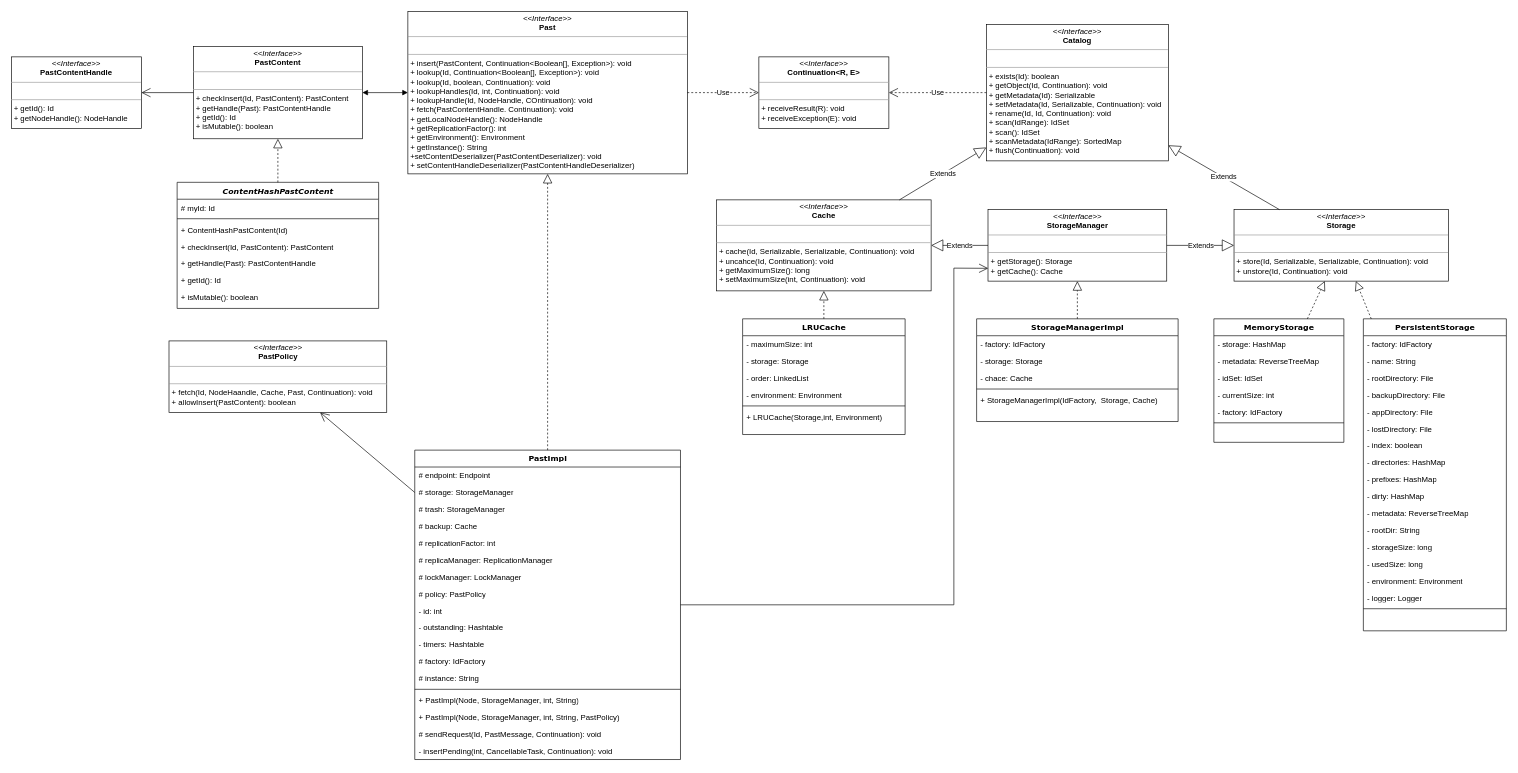
The draw.io diagram PastryPast.drawio in OneOverThree/PastryTest, before the edit. Source tidied: cells renumbered, new cells numbered last; positions are measured from the earlier drawing's top-left corner, leaving out a move shared by most shapes. Both pictures are drawn from the tidied source at 65%, with x=0, y=0 at pixel (11, 11).
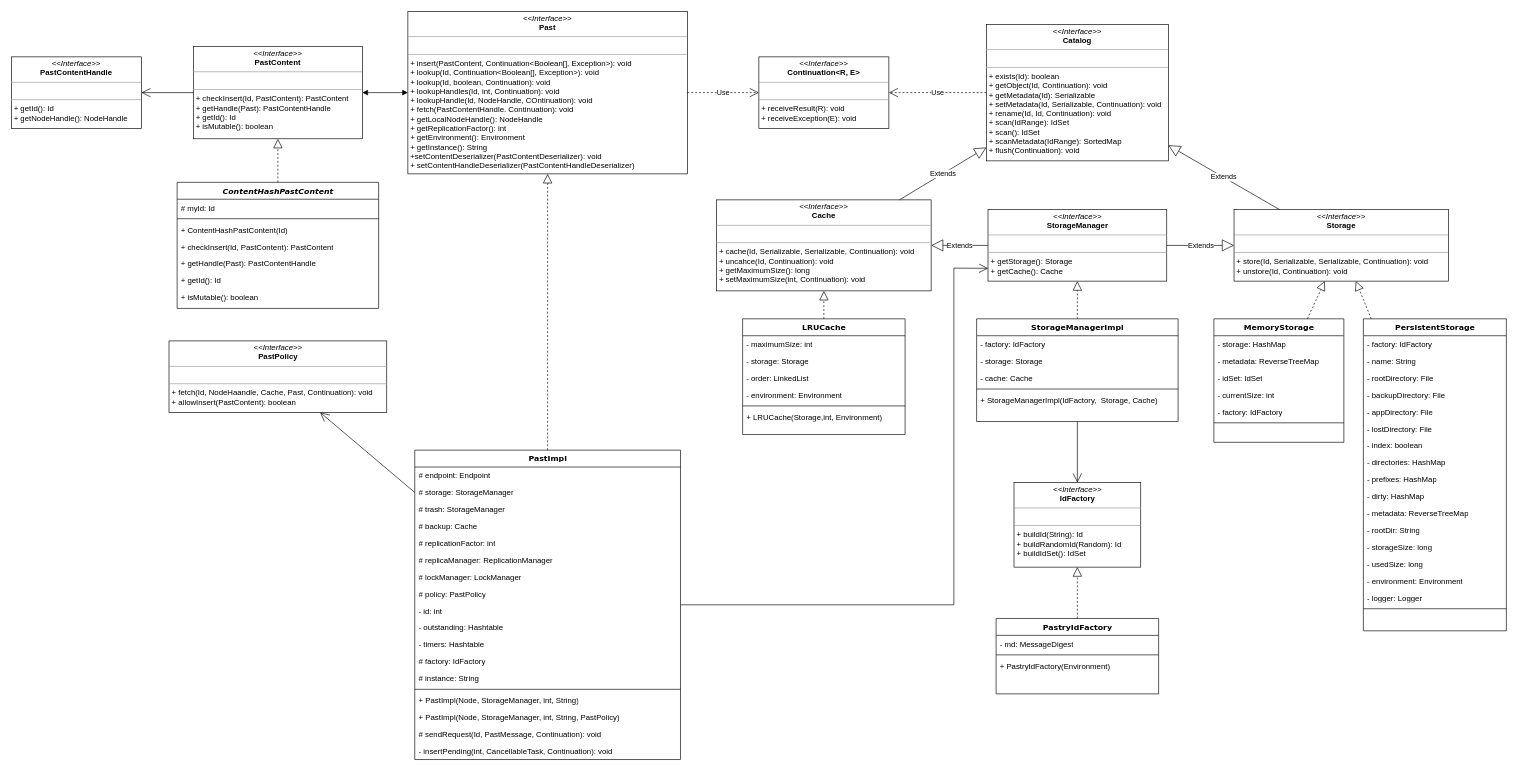
The same page after the edit.

The change refers to these unchanged cells:
```xml
<mxCell id="70" value="StorageManagerImpl" style="swimlane;html=1;fontStyle=1;align=center;verticalAlign=top;horizontal=1;startSize=26;swimlaneFillColor=#ffffff;rounded=0;shadow=0;comic=0;labelBackgroundColor=none;strokeWidth=1;fillColor=none;fontFamily=Verdana;fontSize=12;" parent="1" vertex="1">
  <mxGeometry x="1485" y="473" width="310" height="158" as="geometry" />
</mxCell>
```

The edit, as a diff of the source:
```diff
@@
-    <mxCell id="73" value="- chace: Cache" style="text;html=1;strokeColor=none;fillColor=none;align=left;verticalAlign=top;spacingLeft=4;spacingRight=4;whiteSpace=wrap;overflow=hidden;" parent="70" vertex="1">
+    <mxCell id="73" value="- cache: Cache" style="text;html=1;strokeColor=none;fillColor=none;align=left;verticalAlign=top;spacingLeft=4;spacingRight=4;whiteSpace=wrap;overflow=hidden;" parent="70" vertex="1">
       <mxGeometry y="78" width="310" height="26" as="geometry" />
     </mxCell>
@@
+    <mxCell id="92" value="&lt;p style=&quot;margin:0px;margin-top:4px;text-align:center;&quot;&gt;&lt;i&gt;&amp;lt;&amp;lt;Interface&amp;gt;&amp;gt;&lt;/i&gt;&lt;br&gt;&lt;b&gt;IdFactory&lt;/b&gt;&lt;/p&gt;&lt;hr size=&quot;1&quot;&gt;&lt;p style=&quot;margin:0px;margin-left:4px;&quot;&gt;&lt;br&gt;&lt;/p&gt;&lt;hr size=&quot;1&quot;&gt;&lt;p style=&quot;margin:0px;margin-left:4px;&quot;&gt;&lt;span style=&quot;background-color: initial;&quot;&gt;+ buildId(String): Id&lt;/span&gt;&lt;/p&gt;&lt;p style=&quot;margin:0px;margin-left:4px;&quot;&gt;&lt;span style=&quot;background-color: initial;&quot;&gt;+ buildRandomId(Random): Id&lt;/span&gt;&lt;/p&gt;&lt;p style=&quot;margin:0px;margin-left:4px;&quot;&gt;&lt;span style=&quot;background-color: initial;&quot;&gt;+ buildIdSet(): IdSet&lt;/span&gt;&lt;/p&gt;" style="verticalAlign=top;align=left;overflow=fill;fontSize=12;fontFamily=Helvetica;html=1;rounded=0;shadow=0;comic=0;labelBackgroundColor=none;strokeWidth=1;" parent="1" vertex="1">
+      <mxGeometry x="1542.5" y="725" width="195" height="130" as="geometry" />
+    </mxCell>
+    <mxCell id="93" value="PastryIdFactory" style="swimlane;html=1;fontStyle=1;align=center;verticalAlign=top;horizontal=1;startSize=26;swimlaneFillColor=#ffffff;rounded=0;shadow=0;comic=0;labelBackgroundColor=none;strokeWidth=1;fillColor=none;fontFamily=Verdana;fontSize=12;" parent="1" vertex="1">
+      <mxGeometry x="1515" y="934" width="250" height="116" as="geometry" />
+    </mxCell>
+    <mxCell id="94" value="- md: MessageDigest" style="text;html=1;strokeColor=none;fillColor=none;align=left;verticalAlign=top;spacingLeft=4;spacingRight=4;whiteSpace=wrap;overflow=hidden;" parent="93" vertex="1">
+      <mxGeometry y="26" width="250" height="26" as="geometry" />
+    </mxCell>
+    <mxCell id="95" style="line;html=1;strokeWidth=1;fillColor=none;align=left;verticalAlign=middle;spacingTop=-1;spacingLeft=3;spacingRight=3;labelPosition=right;" parent="93" vertex="1">
+      <mxGeometry y="52" width="250" height="8" as="geometry" />
+    </mxCell>
+    <mxCell id="96" value="+ PastryIdFactory(Environment)" style="text;html=1;strokeColor=none;fillColor=none;align=left;verticalAlign=top;spacingLeft=4;spacingRight=4;whiteSpace=wrap;overflow=hidden;" parent="93" vertex="1">
+      <mxGeometry y="60" width="250" height="26" as="geometry" />
+    </mxCell>
+    <mxCell id="97" style="endArrow=block;dashed=1;endFill=0;endSize=12;html=1;rounded=0;" parent="1" edge="1" source="93" target="92">
+      <mxGeometry relative="1" as="geometry" />
+    </mxCell>
+    <mxCell id="98" style="endArrow=open;endFill=1;endSize=12;html=1;rounded=0;" parent="1" edge="1" source="70" target="92">
+      <mxGeometry relative="1" as="geometry" />
+    </mxCell>
```
